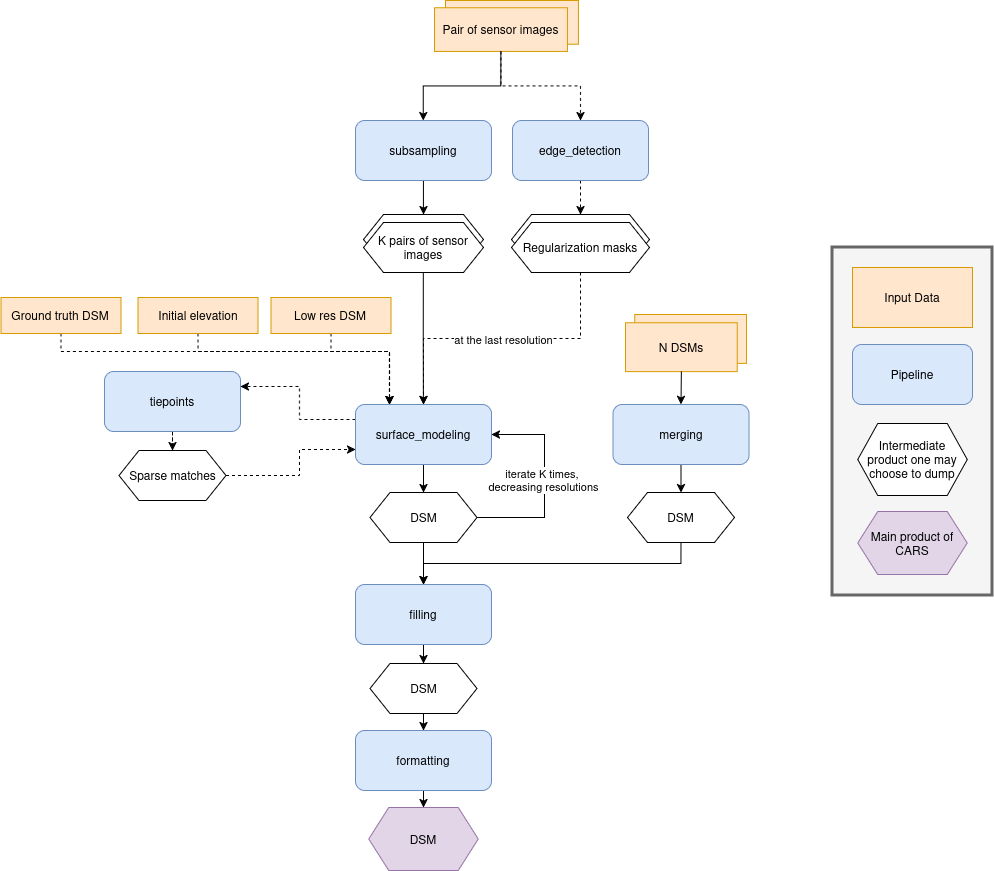
Earlier version of the draw.io export docs/source/images/meta_pipeline_simplified.png (CNES/cars). Source tidied: cells renumbered, new cells last; positions are measured from the earlier drawing's top-left corner, leaving out a move shared by most shapes.
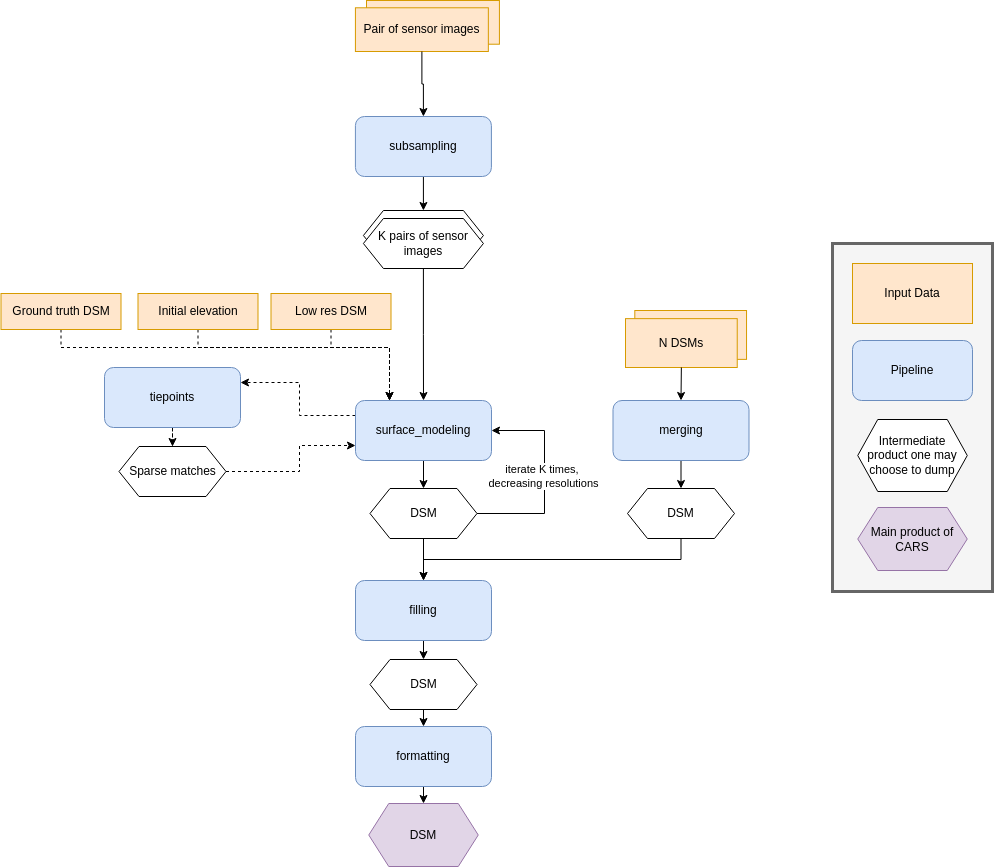
The same file after the commit.

Commit message:
fix: remove edge_detection

The edit, as a diff of the source:
```diff
@@ -17,7 +17,7 @@
       <mxGeometry x="1144" y="344" width="120" height="60" as="geometry" />
     </mxCell>
     <mxCell id="6" style="group;" parent="1" vertex="1">
-      <mxGeometry x="726" width="144" height="51" as="geometry" />
+      <mxGeometry x="646.9" y="4" width="144" height="51" as="geometry" />
     </mxCell>
     <mxCell id="7" value="Sensor Images.tif" style="rounded=0;whiteSpace=wrap;html=1;fillColor=#ffe6cc;strokeColor=#d79b00;" parent="6" vertex="1">
       <mxGeometry x="11.1" width="132.9" height="43.7" as="geometry" />
@@ -40,24 +40,6 @@
     <mxCell id="13" value="K pairs of sensor images" style="shape=hexagon;perimeter=hexagonPerimeter2;whiteSpace=wrap;html=1;fixedSize=1;" parent="11" vertex="1">
       <mxGeometry y="8" width="120" height="50" as="geometry" />
     </mxCell>
-    <mxCell id="14" style="edgeStyle=orthogonalEdgeStyle;rounded=0;jettySize=auto;html=1;exitX=0.5;exitY=1;exitDx=0;exitDy=0;" parent="1" edge="1" source="8" target="10">
-      <mxGeometry relative="1" as="geometry" />
-    </mxCell>
-    <mxCell id="15" style="edgeStyle=orthogonalEdgeStyle;rounded=0;jettySize=auto;html=1;exitX=0.5;exitY=1;exitDx=0;exitDy=0;entryX=0.5;entryY=0;entryDx=0;entryDy=0;dashed=1;" parent="1" edge="1" source="16" target="18">
-      <mxGeometry relative="1" as="geometry" />
-    </mxCell>
-    <mxCell id="16" value="edge_detection" style="rounded=1;whiteSpace=wrap;html=1;fillColor=#dae8fc;strokeColor=#6c8ebf;align=center;" parent="1" vertex="1">
-      <mxGeometry x="804" y="120" width="136" height="60" as="geometry" />
-    </mxCell>
-    <mxCell id="17" style="group;" parent="1" vertex="1">
-      <mxGeometry x="803" y="214" width="138" height="58" as="geometry" />
-    </mxCell>
-    <mxCell id="18" style="shape=hexagon;perimeter=hexagonPerimeter2;whiteSpace=wrap;html=1;fixedSize=1;" parent="17" vertex="1">
-      <mxGeometry width="138" height="50" as="geometry" />
-    </mxCell>
-    <mxCell id="19" value="Regularization masks" style="shape=hexagon;perimeter=hexagonPerimeter2;whiteSpace=wrap;html=1;fixedSize=1;" parent="17" vertex="1">
-      <mxGeometry y="8" width="138" height="50" as="geometry" />
-    </mxCell>
     <mxCell id="20" style="edgeStyle=orthogonalEdgeStyle;rounded=0;jettySize=auto;html=1;exitX=0.5;exitY=1;exitDx=0;exitDy=0;entryX=0.25;entryY=0;entryDx=0;entryDy=0;dashed=1;" parent="1" edge="1" source="21" target="30">
       <mxGeometry relative="1" as="geometry">
         <Array as="points">
@@ -114,14 +96,6 @@
     <mxCell id="31" style="edgeStyle=orthogonalEdgeStyle;rounded=0;jettySize=auto;html=1;exitX=0.5;exitY=1;exitDx=0;exitDy=0;entryX=0.5;entryY=0;entryDx=0;entryDy=0;" parent="1" edge="1" source="13" target="30">
       <mxGeometry relative="1" as="geometry" />
     </mxCell>
-    <mxCell id="32" style="edgeStyle=orthogonalEdgeStyle;rounded=0;jettySize=auto;html=1;exitX=0.5;exitY=1;exitDx=0;exitDy=0;entryX=0.5;entryY=0;entryDx=0;entryDy=0;dashed=1;" parent="1" edge="1" source="19" target="30">
-      <mxGeometry relative="1" as="geometry" />
-    </mxCell>
-    <mxCell id="33" value="at the last resolution" style="edgeLabel;html=1;align=center;verticalAlign=middle;" parent="32" vertex="1">
-      <mxGeometry x="-0.14" y="1" relative="1" as="geometry">
-        <mxPoint x="-19" y="-1" as="offset" />
-      </mxGeometry>
-    </mxCell>
     <mxCell id="34" style="edgeStyle=orthogonalEdgeStyle;rounded=0;jettySize=auto;html=1;exitX=0.5;exitY=1;exitDx=0;exitDy=0;dashed=1;" parent="1" edge="1" source="35" target="54">
       <mxGeometry relative="1" as="geometry" />
     </mxCell>
@@ -203,8 +177,8 @@
     <mxCell id="56" style="edgeStyle=orthogonalEdgeStyle;rounded=0;jettySize=auto;html=1;exitX=0.5;exitY=1;exitDx=0;exitDy=0;entryX=0.5;entryY=0;entryDx=0;entryDy=0;" parent="1" edge="1" source="52" target="43">
       <mxGeometry relative="1" as="geometry" />
     </mxCell>
-    <mxCell id="57" style="edgeStyle=orthogonalEdgeStyle;rounded=0;jettySize=auto;html=1;exitX=0.5;exitY=1;exitDx=0;exitDy=0;entryX=0.5;entryY=0;entryDx=0;entryDy=0;dashed=1;" parent="1" edge="1" source="8" target="16">
-      <mxGeometry relative="1" as="geometry" />
-    </mxCell>
+    <mxCell id="14" style="edgeStyle=orthogonalEdgeStyle;rounded=0;jettySize=auto;html=1;entryX=0.5;entryY=0;entryDx=0;entryDy=0;" parent="1" edge="1" source="8" target="10">
+      <mxGeometry relative="1" as="geometry" />
+    </mxCell>
   </root>
 </mxGraphModel>
```
